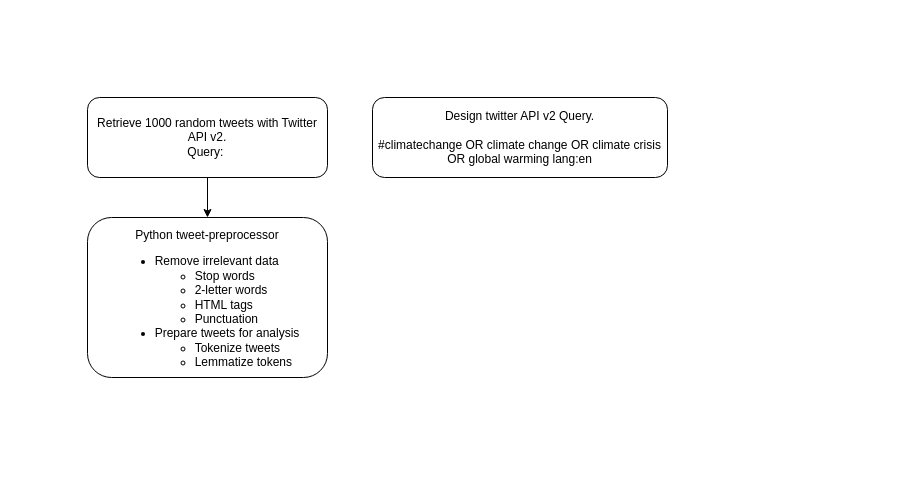
This is CCT416_Methodology.drawio from randsco/CCT416_FinalProject, a draw.io file, before an edit. Source tidied: cells renumbered, new cells numbered last; positions are measured from the earlier drawing's top-left corner, leaving out a move shared by most shapes. Both pictures are drawn from the tidied source at 100%, with x=0, y=0 at pixel (87, 97).
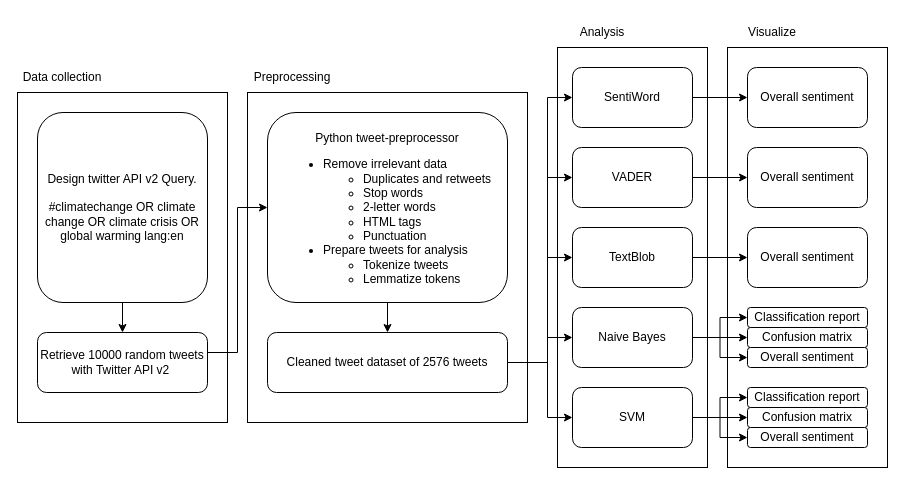
The same page after the edit.

The edit, as a diff of the source:
```diff
@@
+    <mxCell id="6" style="rounded=0;whiteSpace=wrap;html=1;" parent="1" vertex="1">
+      <mxGeometry x="470" y="-50" width="150" height="420" as="geometry" />
+    </mxCell>
+    <mxCell id="7" style="rounded=0;whiteSpace=wrap;html=1;" parent="1" vertex="1">
+      <mxGeometry x="160" y="-5" width="280" height="330" as="geometry" />
+    </mxCell>
+    <mxCell id="8" style="rounded=0;whiteSpace=wrap;html=1;" parent="1" vertex="1">
+      <mxGeometry x="640" y="-50" width="160" height="420" as="geometry" />
+    </mxCell>
+    <mxCell id="9" style="rounded=0;whiteSpace=wrap;html=1;" parent="1" vertex="1">
+      <mxGeometry x="-70" y="-5" width="210" height="330" as="geometry" />
+    </mxCell>
-    <mxCell id="2" style="edgeStyle=orthogonalEdgeStyle;rounded=0;jettySize=auto;html=1;" parent="1" edge="1" source="3" target="4">
-      <mxGeometry relative="1" as="geometry" />
+    <mxCell id="2" style="edgeStyle=orthogonalEdgeStyle;rounded=0;jettySize=auto;html=1;exitX=1;exitY=0.5;exitDx=0;exitDy=0;" parent="1" edge="1" source="3" target="4">
+      <mxGeometry relative="1" as="geometry">
+        <Array as="points">
+          <mxPoint x="150" y="255" />
+          <mxPoint x="150" y="110" />
+        </Array>
+      </mxGeometry>
     </mxCell>
-    <mxCell id="3" value="Retrieve 1000 random tweets with Twitter API v2.&lt;br&gt;Query:&amp;nbsp;" style="rounded=1;whiteSpace=wrap;html=1;align=center;" parent="1" vertex="1">
-      <mxGeometry width="240" height="80" as="geometry" />
+    <mxCell id="3" value="Retrieve 10000 random tweets with Twitter API v2&amp;nbsp;" style="rounded=1;whiteSpace=wrap;html=1;align=center;" parent="1" vertex="1">
+      <mxGeometry x="-50" y="235" width="170" height="60" as="geometry" />
     </mxCell>
+    <mxCell id="10" style="edgeStyle=orthogonalEdgeStyle;rounded=0;jettySize=auto;html=1;exitX=0.5;exitY=1;exitDx=0;exitDy=0;entryX=0.5;entryY=0;entryDx=0;entryDy=0;" parent="1" edge="1" source="4" target="17">
+      <mxGeometry relative="1" as="geometry" />
+    </mxCell>
-    <mxCell id="4" value="&lt;div style=&quot;&quot;&gt;&lt;br&gt;&lt;/div&gt;&lt;div style=&quot;&quot;&gt;Python tweet-preprocessor&lt;br&gt;&lt;/div&gt;&lt;ul&gt;&lt;li style=&quot;text-align: left;&quot;&gt;Remove irrelevant data&lt;/li&gt;&lt;ul&gt;&lt;li style=&quot;text-align: left;&quot;&gt;Stop words&lt;/li&gt;&lt;li style=&quot;text-align: left;&quot;&gt;2-letter words&lt;/li&gt;&lt;li style=&quot;text-align: left;&quot;&gt;HTML tags&lt;/li&gt;&lt;li style=&quot;text-align: left;&quot;&gt;Punctuation&lt;/li&gt;&lt;/ul&gt;&lt;li style=&quot;text-align: left;&quot;&gt;Prepare tweets for analysis&lt;/li&gt;&lt;ul&gt;&lt;li style=&quot;text-align: left;&quot;&gt;Tokenize tweets&lt;/li&gt;&lt;li style=&quot;text-align: left;&quot;&gt;Lemmatize tokens&lt;/li&gt;&lt;/ul&gt;&lt;/ul&gt;" style="rounded=1;whiteSpace=wrap;html=1;align=center;" parent="1" vertex="1">
-      <mxGeometry y="120" width="240" height="160" as="geometry" />
+    <mxCell id="4" value="&lt;div style=&quot;&quot;&gt;&lt;br&gt;&lt;/div&gt;&lt;div style=&quot;&quot;&gt;Python tweet-preprocessor&lt;br&gt;&lt;/div&gt;&lt;ul&gt;&lt;li style=&quot;text-align: left;&quot;&gt;Remove irrelevant data&lt;/li&gt;&lt;ul&gt;&lt;li style=&quot;text-align: left;&quot;&gt;Duplicates and retweets&lt;/li&gt;&lt;li style=&quot;text-align: left;&quot;&gt;Stop words&lt;/li&gt;&lt;li style=&quot;text-align: left;&quot;&gt;2-letter words&lt;/li&gt;&lt;li style=&quot;text-align: left;&quot;&gt;HTML tags&lt;/li&gt;&lt;li style=&quot;text-align: left;&quot;&gt;Punctuation&lt;/li&gt;&lt;/ul&gt;&lt;li style=&quot;text-align: left;&quot;&gt;Prepare tweets for analysis&lt;/li&gt;&lt;ul&gt;&lt;li style=&quot;text-align: left;&quot;&gt;Tokenize tweets&lt;/li&gt;&lt;li style=&quot;text-align: left;&quot;&gt;Lemmatize tokens&lt;/li&gt;&lt;/ul&gt;&lt;/ul&gt;" style="rounded=1;whiteSpace=wrap;html=1;align=center;" parent="1" vertex="1">
+      <mxGeometry x="180" y="15" width="240" height="190" as="geometry" />
     </mxCell>
+    <mxCell id="11" style="edgeStyle=orthogonalEdgeStyle;rounded=0;jettySize=auto;html=1;" parent="1" edge="1" source="5" target="3">
+      <mxGeometry relative="1" as="geometry" />
+    </mxCell>
     <mxCell id="5" value="Design twitter API v2 Query.&lt;br&gt;&lt;br&gt;#climatechange OR climate change OR climate crisis OR global warming lang:en" style="rounded=1;whiteSpace=wrap;html=1;" parent="1" vertex="1">
-      <mxGeometry x="285" width="295" height="80" as="geometry" />
+      <mxGeometry x="-50" y="15" width="170" height="190" as="geometry" />
     </mxCell>
+    <mxCell id="12" style="edgeStyle=orthogonalEdgeStyle;rounded=0;jettySize=auto;html=1;exitX=1;exitY=0.5;exitDx=0;exitDy=0;entryX=0;entryY=0.5;entryDx=0;entryDy=0;" parent="1" edge="1" source="17" target="27">
+      <mxGeometry relative="1" as="geometry">
+        <Array as="points">
+          <mxPoint x="460" y="265" />
+          <mxPoint x="460" />
+        </Array>
+      </mxGeometry>
+    </mxCell>
+    <mxCell id="13" style="edgeStyle=orthogonalEdgeStyle;rounded=0;jettySize=auto;html=1;exitX=1;exitY=0.5;exitDx=0;exitDy=0;entryX=0;entryY=0.5;entryDx=0;entryDy=0;" parent="1" edge="1" source="17" target="31">
+      <mxGeometry relative="1" as="geometry">
+        <Array as="points">
+          <mxPoint x="460" y="265" />
+          <mxPoint x="460" y="80" />
+        </Array>
+      </mxGeometry>
+    </mxCell>
+    <mxCell id="14" style="edgeStyle=orthogonalEdgeStyle;rounded=0;jettySize=auto;html=1;exitX=1;exitY=0.5;exitDx=0;exitDy=0;entryX=0;entryY=0.5;entryDx=0;entryDy=0;" parent="1" edge="1" source="17" target="29">
+      <mxGeometry relative="1" as="geometry">
+        <Array as="points">
+          <mxPoint x="460" y="265" />
+          <mxPoint x="460" y="160" />
+        </Array>
+      </mxGeometry>
+    </mxCell>
+    <mxCell id="15" style="edgeStyle=orthogonalEdgeStyle;rounded=0;jettySize=auto;html=1;exitX=1;exitY=0.5;exitDx=0;exitDy=0;" parent="1" edge="1" source="17" target="25">
+      <mxGeometry relative="1" as="geometry">
+        <Array as="points">
+          <mxPoint x="460" y="265" />
+          <mxPoint x="460" y="240" />
+        </Array>
+      </mxGeometry>
+    </mxCell>
+    <mxCell id="16" style="edgeStyle=orthogonalEdgeStyle;rounded=0;jettySize=auto;html=1;exitX=1;exitY=0.5;exitDx=0;exitDy=0;entryX=0;entryY=0.5;entryDx=0;entryDy=0;" parent="1" edge="1" source="17" target="21">
+      <mxGeometry relative="1" as="geometry">
+        <Array as="points">
+          <mxPoint x="460" y="265" />
+          <mxPoint x="460" y="320" />
+        </Array>
+      </mxGeometry>
+    </mxCell>
+    <mxCell id="17" value="Cleaned tweet dataset of 2576 tweets" style="rounded=1;whiteSpace=wrap;html=1;" parent="1" vertex="1">
+      <mxGeometry x="180" y="235" width="240" height="60" as="geometry" />
+    </mxCell>
+    <mxCell id="18" style="edgeStyle=orthogonalEdgeStyle;rounded=0;jettySize=auto;html=1;exitX=1;exitY=0.5;exitDx=0;exitDy=0;" parent="1" edge="1" source="21" target="38">
+      <mxGeometry relative="1" as="geometry" />
+    </mxCell>
+    <mxCell id="19" style="edgeStyle=orthogonalEdgeStyle;rounded=0;jettySize=auto;html=1;exitX=1;exitY=0.5;exitDx=0;exitDy=0;" parent="1" edge="1" source="21" target="39">
+      <mxGeometry relative="1" as="geometry" />
+    </mxCell>
+    <mxCell id="20" style="edgeStyle=orthogonalEdgeStyle;rounded=0;jettySize=auto;html=1;exitX=1;exitY=0.5;exitDx=0;exitDy=0;" parent="1" edge="1" source="21" target="40">
+      <mxGeometry relative="1" as="geometry" />
+    </mxCell>
+    <mxCell id="21" value="SVM" style="rounded=1;whiteSpace=wrap;html=1;" parent="1" vertex="1">
+      <mxGeometry x="485" y="290" width="120" height="60" as="geometry" />
+    </mxCell>
+    <mxCell id="22" style="edgeStyle=orthogonalEdgeStyle;rounded=0;jettySize=auto;html=1;exitX=1;exitY=0.5;exitDx=0;exitDy=0;entryX=0;entryY=0.5;entryDx=0;entryDy=0;" parent="1" edge="1" source="25" target="34">
+      <mxGeometry relative="1" as="geometry" />
+    </mxCell>
+    <mxCell id="23" style="edgeStyle=orthogonalEdgeStyle;rounded=0;jettySize=auto;html=1;exitX=1;exitY=0.5;exitDx=0;exitDy=0;entryX=0;entryY=0.5;entryDx=0;entryDy=0;" parent="1" edge="1" source="25" target="33">
+      <mxGeometry relative="1" as="geometry" />
+    </mxCell>
+    <mxCell id="24" style="edgeStyle=orthogonalEdgeStyle;rounded=0;jettySize=auto;html=1;exitX=1;exitY=0.5;exitDx=0;exitDy=0;entryX=0;entryY=0.5;entryDx=0;entryDy=0;" parent="1" edge="1" source="25" target="35">
+      <mxGeometry relative="1" as="geometry" />
+    </mxCell>
+    <mxCell id="25" value="Naive Bayes" style="rounded=1;whiteSpace=wrap;html=1;" parent="1" vertex="1">
+      <mxGeometry x="485" y="210" width="120" height="60" as="geometry" />
+    </mxCell>
+    <mxCell id="26" style="edgeStyle=orthogonalEdgeStyle;rounded=0;jettySize=auto;html=1;exitX=1;exitY=0.5;exitDx=0;exitDy=0;" parent="1" edge="1" source="27" target="32">
+      <mxGeometry relative="1" as="geometry" />
+    </mxCell>
+    <mxCell id="27" value="SentiWord" style="rounded=1;whiteSpace=wrap;html=1;" parent="1" vertex="1">
+      <mxGeometry x="485" y="-30" width="120" height="60" as="geometry" />
+    </mxCell>
+    <mxCell id="28" style="edgeStyle=orthogonalEdgeStyle;rounded=0;jettySize=auto;html=1;exitX=1;exitY=0.5;exitDx=0;exitDy=0;" parent="1" edge="1" source="29" target="37">
+      <mxGeometry relative="1" as="geometry" />
+    </mxCell>
+    <mxCell id="29" value="TextBlob" style="rounded=1;whiteSpace=wrap;html=1;" parent="1" vertex="1">
+      <mxGeometry x="485" y="130" width="120" height="60" as="geometry" />
+    </mxCell>
+    <mxCell id="30" style="edgeStyle=orthogonalEdgeStyle;rounded=0;jettySize=auto;html=1;exitX=1;exitY=0.5;exitDx=0;exitDy=0;" parent="1" edge="1" source="31" target="36">
+      <mxGeometry relative="1" as="geometry" />
+    </mxCell>
+    <mxCell id="31" value="VADER" style="rounded=1;whiteSpace=wrap;html=1;" parent="1" vertex="1">
+      <mxGeometry x="485" y="50" width="120" height="60" as="geometry" />
+    </mxCell>
+    <mxCell id="32" value="Overall sentiment" style="rounded=1;whiteSpace=wrap;html=1;" parent="1" vertex="1">
+      <mxGeometry x="660" y="-30" width="120" height="60" as="geometry" />
+    </mxCell>
+    <mxCell id="33" value="Classification report" style="rounded=1;whiteSpace=wrap;html=1;" parent="1" vertex="1">
+      <mxGeometry x="660" y="210" width="120" height="20" as="geometry" />
+    </mxCell>
+    <mxCell id="34" value="Confusion matrix" style="rounded=1;whiteSpace=wrap;html=1;" parent="1" vertex="1">
+      <mxGeometry x="660" y="230" width="120" height="20" as="geometry" />
+    </mxCell>
+    <mxCell id="35" value="Overall sentiment" style="rounded=1;whiteSpace=wrap;html=1;" parent="1" vertex="1">
+      <mxGeometry x="660" y="250" width="120" height="20" as="geometry" />
+    </mxCell>
+    <mxCell id="36" value="Overall sentiment" style="rounded=1;whiteSpace=wrap;html=1;" parent="1" vertex="1">
+      <mxGeometry x="660" y="50" width="120" height="60" as="geometry" />
+    </mxCell>
+    <mxCell id="37" value="Overall sentiment" style="rounded=1;whiteSpace=wrap;html=1;" parent="1" vertex="1">
+      <mxGeometry x="660" y="130" width="120" height="60" as="geometry" />
+    </mxCell>
+    <mxCell id="38" value="Classification report" style="rounded=1;whiteSpace=wrap;html=1;" parent="1" vertex="1">
+      <mxGeometry x="660" y="290" width="120" height="20" as="geometry" />
+    </mxCell>
+    <mxCell id="39" value="Confusion matrix" style="rounded=1;whiteSpace=wrap;html=1;" parent="1" vertex="1">
+      <mxGeometry x="660" y="310" width="120" height="20" as="geometry" />
+    </mxCell>
+    <mxCell id="40" value="Overall sentiment" style="rounded=1;whiteSpace=wrap;html=1;" parent="1" vertex="1">
+      <mxGeometry x="660" y="330" width="120" height="20" as="geometry" />
+    </mxCell>
+    <mxCell id="41" value="Data collection" style="text;html=1;strokeColor=none;fillColor=none;align=center;verticalAlign=middle;whiteSpace=wrap;rounded=0;" parent="1" vertex="1">
+      <mxGeometry x="-70" y="-35" width="90" height="30" as="geometry" />
+    </mxCell>
+    <mxCell id="42" value="Preprocessing" style="text;html=1;strokeColor=none;fillColor=none;align=center;verticalAlign=middle;whiteSpace=wrap;rounded=0;" parent="1" vertex="1">
+      <mxGeometry x="160" y="-35" width="90" height="30" as="geometry" />
+    </mxCell>
+    <mxCell id="43" value="Analysis" style="text;html=1;strokeColor=none;fillColor=none;align=center;verticalAlign=middle;whiteSpace=wrap;rounded=0;" parent="1" vertex="1">
+      <mxGeometry x="470" y="-80" width="90" height="30" as="geometry" />
+    </mxCell>
+    <mxCell id="44" value="Visualize" style="text;html=1;strokeColor=none;fillColor=none;align=center;verticalAlign=middle;whiteSpace=wrap;rounded=0;" parent="1" vertex="1">
+      <mxGeometry x="640" y="-80" width="90" height="30" as="geometry" />
+    </mxCell>
```
